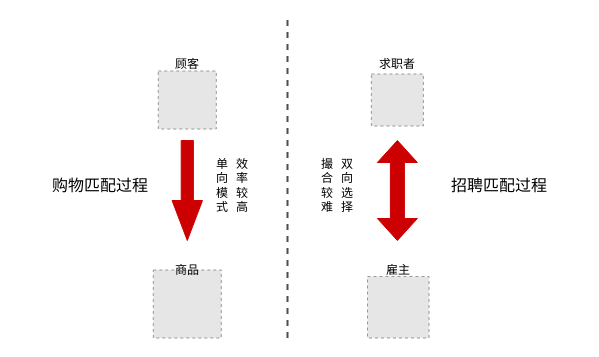
Before: page "购物-招聘匹配对比图" (1 of 3) of zhongxin1.drawio in Wenxuan-Xiao/ai20projects, a draw.io diagram. Source tidied: cells renumbered, new cells numbered last; positions are measured from the earlier drawing's top-left corner, leaving out a move shared by most shapes. Both pictures are drawn from the tidied source at 100%, with x=0, y=0 at pixel (17, 18). Pictures stored in the file or linked from it are replaced by grey dashed boxes.
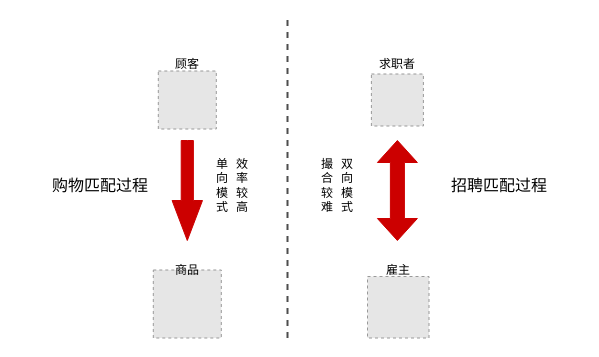
Above is the later version.

The change refers to these unchanged cells:
```xml
<mxCell id="2" style="group;" parent="1" vertex="1">
  <mxGeometry y="-0.5" width="564.2" height="320" as="geometry" />
</mxCell>
```

What changed in the source:
```diff
@@
-    <mxCell id="19" value="&lt;font face=&quot;黑体&quot;&gt;双向选择&lt;/font&gt;" style="text;html=1;strokeColor=none;fillColor=none;align=center;verticalAlign=middle;whiteSpace=wrap;rounded=0;hachureGap=4;" parent="2" vertex="1">
+    <mxCell id="19" value="&lt;font face=&quot;黑体&quot;&gt;双向模式&lt;/font&gt;" style="text;html=1;strokeColor=none;fillColor=none;align=center;verticalAlign=middle;whiteSpace=wrap;rounded=0;hachureGap=4;" parent="2" vertex="1">
       <mxGeometry x="320" y="122.5" width="20" height="90" as="geometry" />
     </mxCell>
```
